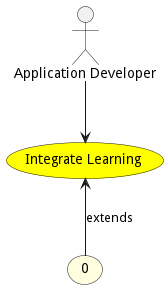
This is docs/sabr/aml/am/usecases/integratelearning/Activities.png from madajaju/sabr, a PlantUML export, as it was before one commit.
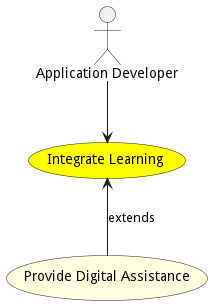
Later version of the same file.

What changed in the source:
```diff
@@ -11,9 +11,9 @@
 
 
 
-usecase "0" as 0 #lightyellow
+usecase "Provide Digital Assistance" as ProvideDigitalAssistance #lightyellow
 
-IntegrateLearning <-- 0 : extends
+IntegrateLearning <-- ProvideDigitalAssistance : extends
 
 
 
```
